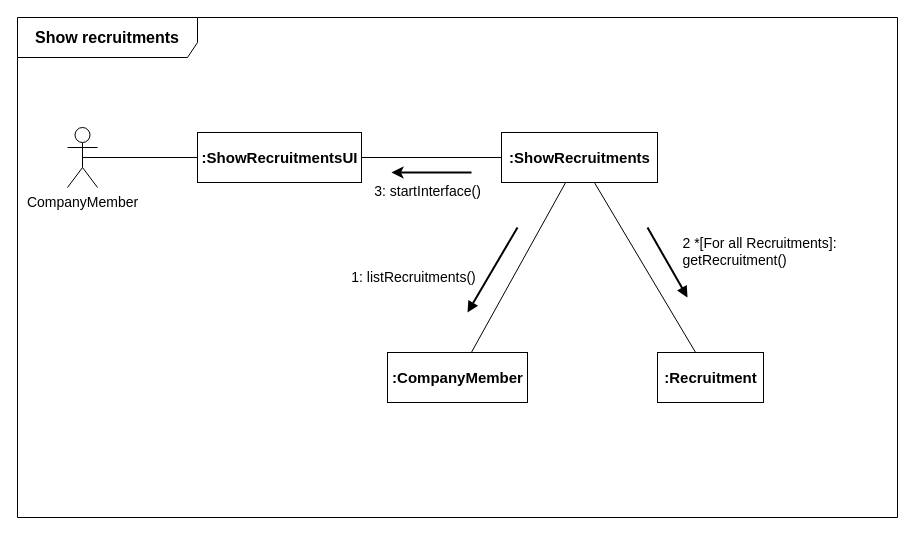
This is page "채용정보 조회" (1 of 4) of B811010_고한강/소공과제2.drawio from FinancialWorld16/SE_TEAM, a draw.io file, before an edit. Source tidied: cells renumbered, new cells numbered last; positions are measured from the earlier drawing's top-left corner, leaving out a move shared by most shapes. Both pictures are drawn from the tidied source at 100%, with x=0, y=0 at pixel (17, 17).
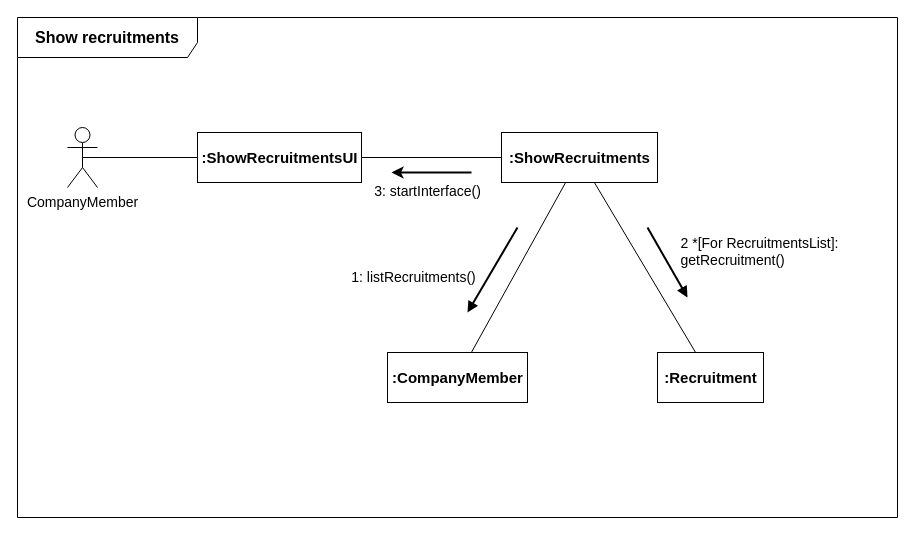
After the change.

What changed in the source:
```diff
@@
 <mxGraphModel>
   <root>
     <mxCell id="0" />
     <mxCell id="1" parent="0" />
     <mxCell id="2" value="&lt;font style=&quot;font-size: 16px;&quot;&gt;Show recruitments&lt;/font&gt;" style="shape=umlFrame;whiteSpace=wrap;html=1;width=180;height=40;fontStyle=1;" parent="1" vertex="1">
       <mxGeometry width="880" height="500" as="geometry" />
     </mxCell>
     <mxCell id="3" style="edgeStyle=none;rounded=0;jettySize=auto;html=1;exitX=0.5;exitY=0.5;exitDx=0;exitDy=0;exitPerimeter=0;endArrow=none;endFill=0;" parent="1" edge="1" source="4" target="6">
       <mxGeometry relative="1" as="geometry" />
     </mxCell>
     <mxCell id="4" value="&lt;font style=&quot;font-size: 14px;&quot;&gt;CompanyMember&lt;/font&gt;" style="shape=umlActor;verticalLabelPosition=bottom;verticalAlign=top;html=1;" parent="1" vertex="1">
       <mxGeometry x="50" y="110" width="30" height="60" as="geometry" />
     </mxCell>
     <mxCell id="5" style="rounded=0;jettySize=auto;html=1;endArrow=none;endFill=0;" parent="1" edge="1" source="6" target="10">
       <mxGeometry relative="1" as="geometry" />
     </mxCell>
     <mxCell id="6" value="&lt;font style=&quot;font-size: 15px;&quot;&gt;&lt;b&gt;:ShowRecruitmentsUI&lt;/b&gt;&lt;/font&gt;" style="html=1;" parent="1" vertex="1">
       <mxGeometry x="180" y="115" width="164" height="50" as="geometry" />
     </mxCell>
     <mxCell id="7" value="&lt;font style=&quot;font-size: 15px;&quot;&gt;:Recruitment&lt;/font&gt;" style="html=1;fontStyle=1;" parent="1" vertex="1">
       <mxGeometry x="640" y="335" width="106" height="50" as="geometry" />
     </mxCell>
     <mxCell id="8" style="rounded=0;jettySize=auto;html=1;endArrow=none;endFill=0;" parent="1" edge="1" source="10" target="7">
       <mxGeometry relative="1" as="geometry" />
     </mxCell>
     <mxCell id="9" style="edgeStyle=none;shape=connector;rounded=0;jettySize=auto;html=1;labelBackgroundColor=default;strokeColor=default;strokeWidth=1;fontFamily=Helvetica;fontSize=11;fontColor=default;endArrow=none;endFill=0;" parent="1" edge="1" source="10" target="13">
       <mxGeometry relative="1" as="geometry" />
     </mxCell>
     <mxCell id="10" value="&lt;font style=&quot;font-size: 15px;&quot;&gt;&lt;b&gt;:&lt;/b&gt;&lt;/font&gt;&lt;b style=&quot;border-color: var(--border-color); font-size: 15px;&quot;&gt;ShowRecruitments&lt;/b&gt;" style="html=1;" parent="1" vertex="1">
       <mxGeometry x="484" y="115" width="156" height="50" as="geometry" />
     </mxCell>
     <mxCell id="11" style="edgeStyle=none;rounded=0;orthogonalLoop=1;jettySize=auto;html=1;exitX=1;exitY=0;exitDx=0;exitDy=0;endArrow=none;endFill=0;" parent="1" edge="1" source="6" target="6">
       <mxGeometry relative="1" as="geometry" />
     </mxCell>
     <mxCell id="12" value="&lt;font style=&quot;font-size: 14px;&quot;&gt;3: startInterface()&lt;/font&gt;" style="html=1;verticalAlign=bottom;endArrow=none;rounded=0;labelBackgroundColor=default;strokeColor=default;fontFamily=Helvetica;fontSize=15;fontColor=default;shape=connector;startArrow=classic;startFill=1;endFill=0;strokeWidth=2;" parent="1" edge="1">
       <mxGeometry x="-0.1" y="-30" relative="1" as="geometry">
         <mxPoint x="374" y="155" as="sourcePoint" />
         <mxPoint x="454" y="155" as="targetPoint" />
       </mxGeometry>
     </mxCell>
     <mxCell id="13" value="&lt;font style=&quot;font-size: 15px;&quot;&gt;:CompanyMember&lt;/font&gt;" style="html=1;fontFamily=Helvetica;fontSize=14;fontColor=default;fontStyle=1;" parent="1" vertex="1">
       <mxGeometry x="370" y="335" width="140" height="50" as="geometry" />
     </mxCell>
-    <mxCell id="14" value="&lt;div style=&quot;text-align: left; font-size: 14px;&quot;&gt;&lt;font style=&quot;font-size: 14px;&quot;&gt;2 *[For all Recruitments]:&lt;/font&gt;&lt;/div&gt;&lt;div style=&quot;text-align: left; font-size: 14px;&quot;&gt;&lt;font style=&quot;font-size: 14px;&quot;&gt;getRecruitment()&lt;/font&gt;&lt;/div&gt;" style="html=1;verticalAlign=bottom;endArrow=block;rounded=0;arcSize=20;strokeWidth=2;" parent="1" edge="1">
+    <mxCell id="14" value="&lt;div style=&quot;text-align: left; font-size: 14px;&quot;&gt;&lt;font style=&quot;font-size: 14px;&quot;&gt;2 *[For RecruitmentsList]:&lt;/font&gt;&lt;/div&gt;&lt;div style=&quot;text-align: left; font-size: 14px;&quot;&gt;&lt;font style=&quot;font-size: 14px;&quot;&gt;getRecruitment()&lt;/font&gt;&lt;/div&gt;" style="html=1;verticalAlign=bottom;endArrow=block;rounded=0;arcSize=20;strokeWidth=2;" parent="1" edge="1">
       <mxGeometry x="1" y="77" relative="1" as="geometry">
         <mxPoint x="630" y="210" as="sourcePoint" />
         <mxPoint x="670" y="280" as="targetPoint" />
         <mxPoint x="5" y="12" as="offset" />
       </mxGeometry>
     </mxCell>
     <mxCell id="15" value="&lt;div style=&quot;text-align: left;&quot;&gt;&lt;font style=&quot;font-size: 14px;&quot;&gt;1: listRecruitments()&lt;/font&gt;&lt;/div&gt;" style="html=1;verticalAlign=bottom;endArrow=block;rounded=0;arcSize=20;strokeWidth=2;" parent="1" edge="1">
       <mxGeometry x="1" y="-58" relative="1" as="geometry">
         <mxPoint x="500" y="210" as="sourcePoint" />
         <mxPoint x="450" y="295" as="targetPoint" />
         <mxPoint x="-4" y="5" as="offset" />
       </mxGeometry>
     </mxCell>
   </root>
 </mxGraphModel>
```
